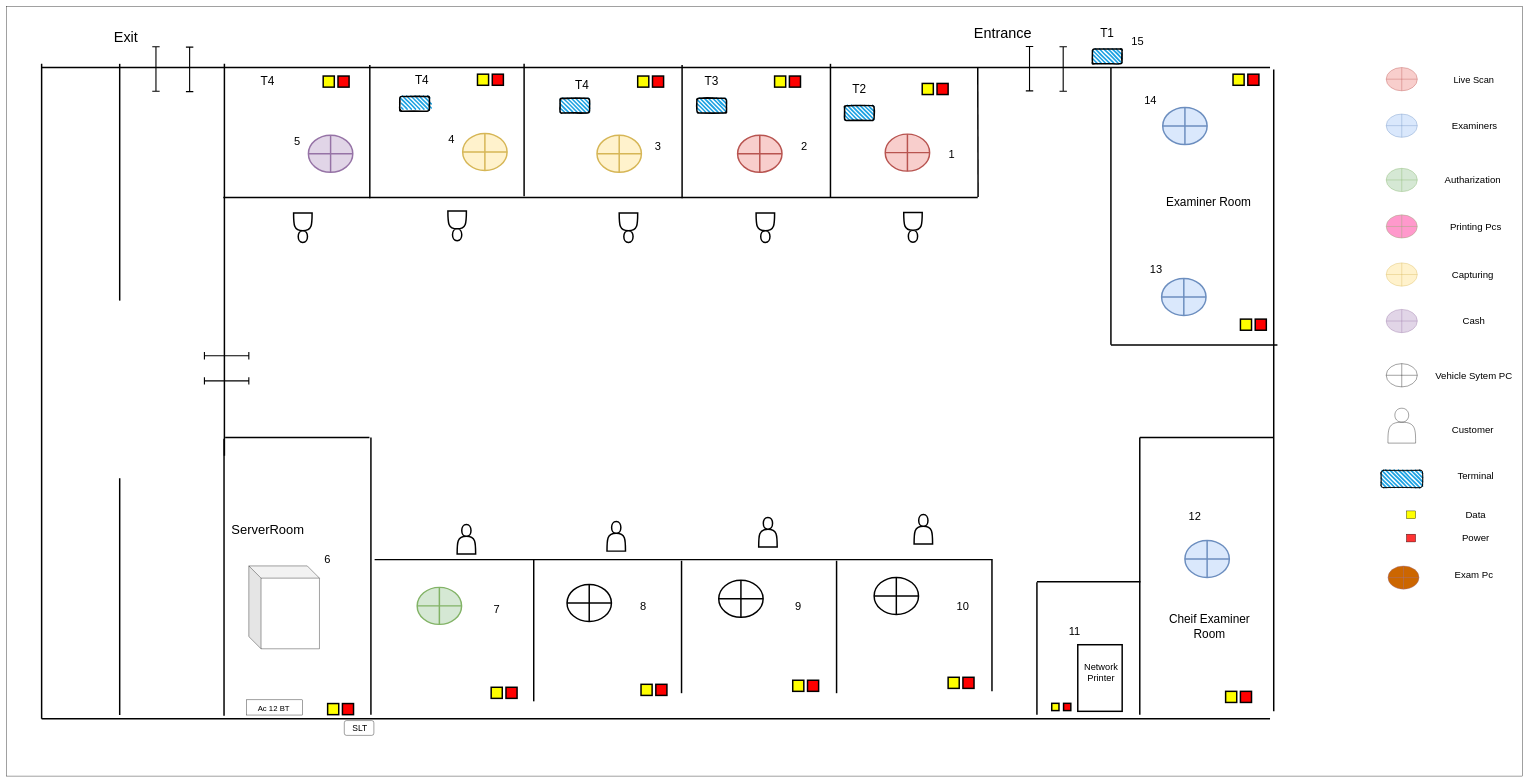
The draw.io diagram badulla.drawio in thushan-harshajeewa/dmt-diagrams, before the edit. Source tidied: cells renumbered, new cells numbered last; positions are measured from the earlier drawing's top-left corner, leaving out a move shared by most shapes. Both pictures are drawn from the tidied source at 37%, with x=0, y=0 at pixel (6, 6).
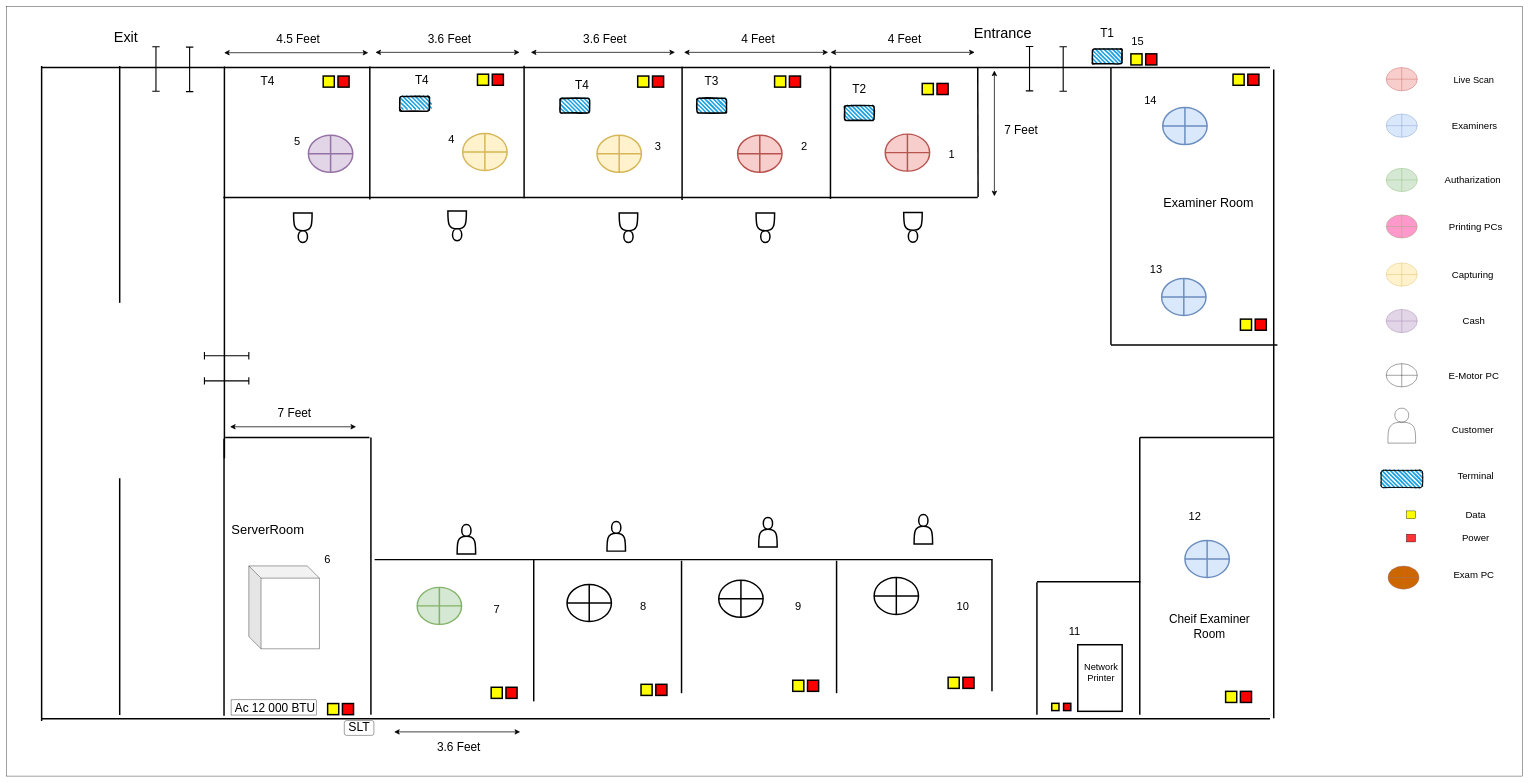
Above is the later version.

Unchanged cells that the change refers to:
```xml
<mxCell id="110" style="group;" parent="1" vertex="1">
  <mxGeometry x="3715" y="165" width="368" height="1410" as="geometry" />
</mxCell>
```

Diff of the diagram source:
```diff
@@
     <mxCell id="3" style="endArrow=none;html=1;strokeWidth=4;" parent="1" edge="1">
       <mxGeometry relative="1" as="geometry">
-        <mxPoint x="306" y="155" as="sourcePoint" />
-        <mxPoint x="306" y="795" as="targetPoint" />
+        <mxPoint x="306" y="161" as="sourcePoint" />
+        <mxPoint x="306" y="801" as="targetPoint" />
       </mxGeometry>
     </mxCell>
     <mxCell id="4" style="endArrow=none;html=1;strokeWidth=4;" parent="1" edge="1">
       <mxGeometry relative="1" as="geometry">
-        <mxPoint x="589" y="1214" as="sourcePoint" />
-        <mxPoint x="589" y="155" as="targetPoint" />
+        <mxPoint x="589" y="1221" as="sourcePoint" />
+        <mxPoint x="589" y="162" as="targetPoint" />
       </mxGeometry>
     </mxCell>
     <mxCell id="5" style="endArrow=none;html=1;strokeWidth=4;" parent="1" edge="1">
       <mxGeometry relative="1" as="geometry">
-        <mxPoint x="982" y="518" as="sourcePoint" />
-        <mxPoint x="982" y="158" as="targetPoint" />
+        <mxPoint x="982" y="522" as="sourcePoint" />
+        <mxPoint x="982" y="162" as="targetPoint" />
       </mxGeometry>
     </mxCell>
     <mxCell id="6" style="endArrow=none;html=1;strokeWidth=4;" parent="1" edge="1">
       <mxGeometry relative="1" as="geometry">
-        <mxPoint x="1826" y="518" as="sourcePoint" />
-        <mxPoint x="1826" y="158" as="targetPoint" />
+        <mxPoint x="1826" y="523" as="sourcePoint" />
+        <mxPoint x="1826" y="163" as="targetPoint" />
       </mxGeometry>
     </mxCell>
     <mxCell id="7" style="endArrow=none;html=1;strokeWidth=4;" parent="1" edge="1">
       <mxGeometry relative="1" as="geometry">
-        <mxPoint x="2227" y="515" as="sourcePoint" />
-        <mxPoint x="2227" y="155" as="targetPoint" />
+        <mxPoint x="2227" y="520" as="sourcePoint" />
+        <mxPoint x="2227" y="160" as="targetPoint" />
       </mxGeometry>
     </mxCell>
@@
     <mxCell id="29" style="endArrow=none;html=1;strokeWidth=4;" parent="1" edge="1">
       <mxGeometry relative="1" as="geometry">
-        <mxPoint x="1399" y="513" as="sourcePoint" />
-        <mxPoint x="1399" y="155" as="targetPoint" />
+        <mxPoint x="1399" y="518" as="sourcePoint" />
+        <mxPoint x="1399" y="160" as="targetPoint" />
       </mxGeometry>
     </mxCell>
@@
     <mxCell id="48" style="endArrow=none;html=1;strokeWidth=4;" parent="1" edge="1">
       <mxGeometry relative="1" as="geometry">
-        <mxPoint x="3425" y="1905" as="sourcePoint" />
+        <mxPoint x="3425" y="1924" as="sourcePoint" />
         <mxPoint x="3425" y="170" as="targetPoint" />
       </mxGeometry>
     </mxCell>
     <mxCell id="49" style="endArrow=none;html=1;strokeWidth=4;" parent="1" edge="1">
       <mxGeometry relative="1" as="geometry">
-        <mxPoint x="95" y="1925" as="sourcePoint" />
-        <mxPoint x="95" y="155" as="targetPoint" />
+        <mxPoint x="95" y="1931" as="sourcePoint" />
+        <mxPoint x="95" y="161" as="targetPoint" />
       </mxGeometry>
     </mxCell>
@@
     <mxCell id="81" style="rounded=0;whiteSpace=wrap;html=1;direction=south;" parent="1" vertex="1">
-      <mxGeometry x="649" y="1874" width="151" height="41" as="geometry" />
+      <mxGeometry x="607" y="1874" width="230" height="41" as="geometry" />
     </mxCell>
-    <mxCell id="82" value="&lt;font style=&quot;font-size: 21px;&quot;&gt;Ac 12 BT&lt;/font&gt;" style="text;html=1;align=center;verticalAlign=middle;whiteSpace=wrap;rounded=0;rotation=0;strokeWidth=2;" parent="1" vertex="1">
-      <mxGeometry x="670.8" y="1890" width="103.2" height="12" as="geometry" />
+    <mxCell id="82" value="&lt;font style=&quot;font-size: 32px;&quot;&gt;Ac 12 000 BTU&lt;/font&gt;" style="text;html=1;align=center;verticalAlign=middle;whiteSpace=wrap;rounded=0;rotation=0;strokeWidth=2;" parent="1" vertex="1">
+      <mxGeometry x="607.8" y="1890" width="236.2" height="12" as="geometry" />
     </mxCell>
-    <mxCell id="83" value="&lt;font style=&quot;font-size: 23px;&quot;&gt;SLT&lt;/font&gt;" style="text;html=1;align=center;verticalAlign=middle;whiteSpace=wrap;rounded=0;rotation=0;" parent="1" vertex="1">
-      <mxGeometry x="923.5" y="1946" width="63" height="12" as="geometry" />
+    <mxCell id="83" value="&lt;font style=&quot;font-size: 33px;&quot;&gt;SLT&lt;/font&gt;" style="text;html=1;align=center;verticalAlign=middle;whiteSpace=wrap;rounded=0;rotation=0;" parent="1" vertex="1">
+      <mxGeometry x="921.5" y="1942" width="63" height="12" as="geometry" />
     </mxCell>
@@
-    <mxCell id="95" value="&lt;font style=&quot;font-size: 32px;&quot;&gt;Examiner Room&lt;/font&gt;" style="text;html=1;align=center;verticalAlign=middle;whiteSpace=wrap;rounded=0;strokeWidth=4;" parent="1" vertex="1">
+    <mxCell id="95" value="&lt;font style=&quot;font-size: 34px;&quot;&gt;Examiner Room&lt;/font&gt;" style="text;html=1;align=center;verticalAlign=middle;whiteSpace=wrap;rounded=0;strokeWidth=4;" parent="1" vertex="1">
       <mxGeometry x="3114" y="515" width="270" height="30" as="geometry" />
     </mxCell>
@@
-    <mxCell id="122" value="&lt;font style=&quot;font-size: 26px;&quot;&gt;Vehicle Sytem PC&lt;/font&gt;" style="text;html=1;align=center;verticalAlign=middle;whiteSpace=wrap;rounded=0;" parent="110" vertex="1">
+    <mxCell id="122" value="&lt;font style=&quot;font-size: 26px;&quot;&gt;E-Motor PC&lt;/font&gt;" style="text;html=1;align=center;verticalAlign=middle;whiteSpace=wrap;rounded=0;" parent="110" vertex="1">
       <mxGeometry x="138.7" y="800.3" width="224.4" height="62.9" as="geometry" />
     </mxCell>
@@
-    <mxCell id="132" value="&lt;font style=&quot;font-size: 26px;&quot;&gt;Exam Pc&lt;/font&gt;&lt;div&gt;&lt;br&gt;&lt;/div&gt;" style="text;html=1;align=center;verticalAlign=middle;whiteSpace=wrap;rounded=0;" parent="110" vertex="1">
+    <mxCell id="132" value="&lt;font style=&quot;font-size: 26px;&quot;&gt;Exam PC&lt;/font&gt;&lt;div&gt;&lt;br&gt;&lt;/div&gt;" style="text;html=1;align=center;verticalAlign=middle;whiteSpace=wrap;rounded=0;" parent="110" vertex="1">
       <mxGeometry x="138.7" y="1347.1" width="224.4" height="62.9" as="geometry" />
     </mxCell>
-    <mxCell id="133" value="&lt;font style=&quot;font-size: 26px;&quot;&gt;Printing Pcs&lt;/font&gt;" style="text;html=1;align=center;verticalAlign=middle;whiteSpace=wrap;rounded=0;" parent="110" vertex="1">
+    <mxCell id="133" value="&lt;font style=&quot;font-size: 26px;&quot;&gt;Printing PCs&lt;/font&gt;" style="text;html=1;align=center;verticalAlign=middle;whiteSpace=wrap;rounded=0;" parent="110" vertex="1">
       <mxGeometry x="143.6" y="398.1" width="224.4" height="62.9" as="geometry" />
     </mxCell>
@@
+    <mxCell id="148" style="endArrow=classic;startArrow=classic;html=1;endSize=10;startSize=10;strokeWidth=2;" parent="1" edge="1">
+      <mxGeometry relative="1" as="geometry">
+        <mxPoint x="1831" y="124" as="sourcePoint" />
+        <mxPoint x="2221" y="124" as="targetPoint" />
+      </mxGeometry>
+    </mxCell>
+    <mxCell id="149" value="&lt;font style=&quot;font-size: 32px;&quot;&gt;4 Feet&lt;/font&gt;" style="text;html=1;align=center;verticalAlign=middle;whiteSpace=wrap;rounded=0;strokeWidth=4;" parent="1" vertex="1">
+      <mxGeometry x="1966" y="72" width="131" height="30" as="geometry" />
+    </mxCell>
+    <mxCell id="150" value="&lt;font style=&quot;font-size: 32px;&quot;&gt;4 Feet&lt;/font&gt;" style="text;html=1;align=center;verticalAlign=middle;whiteSpace=wrap;rounded=0;strokeWidth=4;" parent="1" vertex="1">
+      <mxGeometry x="2362" y="72" width="131" height="30" as="geometry" />
+    </mxCell>
+    <mxCell id="151" style="endArrow=classic;startArrow=classic;html=1;endSize=10;startSize=10;strokeWidth=2;" parent="1" edge="1">
+      <mxGeometry relative="1" as="geometry">
+        <mxPoint x="2227" y="124" as="sourcePoint" />
+        <mxPoint x="2617" y="124" as="targetPoint" />
+      </mxGeometry>
+    </mxCell>
+    <mxCell id="152" value="&lt;font style=&quot;font-size: 32px;&quot;&gt;3.6 Feet&lt;/font&gt;" style="text;html=1;align=center;verticalAlign=middle;whiteSpace=wrap;rounded=0;strokeWidth=4;" parent="1" vertex="1">
+      <mxGeometry x="1552" y="72" width="131" height="30" as="geometry" />
+    </mxCell>
+    <mxCell id="153" style="endArrow=classic;startArrow=classic;html=1;endSize=10;startSize=10;strokeWidth=2;" parent="1" edge="1">
+      <mxGeometry relative="1" as="geometry">
+        <mxPoint x="1417" y="124" as="sourcePoint" />
+        <mxPoint x="1807" y="124" as="targetPoint" />
+      </mxGeometry>
+    </mxCell>
+    <mxCell id="154" value="&lt;font style=&quot;font-size: 32px;&quot;&gt;3.6 Feet&lt;/font&gt;" style="text;html=1;align=center;verticalAlign=middle;whiteSpace=wrap;rounded=0;strokeWidth=4;" parent="1" vertex="1">
+      <mxGeometry x="1132" y="72" width="131" height="30" as="geometry" />
+    </mxCell>
+    <mxCell id="155" style="endArrow=classic;startArrow=classic;html=1;endSize=10;startSize=10;strokeWidth=2;" parent="1" edge="1">
+      <mxGeometry relative="1" as="geometry">
+        <mxPoint x="997" y="124" as="sourcePoint" />
+        <mxPoint x="1387" y="124" as="targetPoint" />
+      </mxGeometry>
+    </mxCell>
+    <mxCell id="156" value="&lt;font style=&quot;font-size: 32px;&quot;&gt;4.5 Feet&lt;/font&gt;" style="text;html=1;align=center;verticalAlign=middle;whiteSpace=wrap;rounded=0;strokeWidth=4;" parent="1" vertex="1">
+      <mxGeometry x="723" y="73" width="131" height="30" as="geometry" />
+    </mxCell>
+    <mxCell id="157" style="endArrow=classic;startArrow=classic;html=1;endSize=10;startSize=10;strokeWidth=2;" parent="1" edge="1">
+      <mxGeometry relative="1" as="geometry">
+        <mxPoint x="588" y="125" as="sourcePoint" />
+        <mxPoint x="978" y="125" as="targetPoint" />
+      </mxGeometry>
+    </mxCell>
+    <mxCell id="158" style="endArrow=classic;startArrow=classic;html=1;endSize=10;startSize=10;strokeWidth=2;" parent="1" edge="1">
+      <mxGeometry relative="1" as="geometry">
+        <mxPoint x="2670" y="173" as="sourcePoint" />
+        <mxPoint x="2670" y="513" as="targetPoint" />
+      </mxGeometry>
+    </mxCell>
+    <mxCell id="159" value="&lt;font style=&quot;font-size: 32px;&quot;&gt;7 Feet&lt;/font&gt;" style="text;html=1;align=center;verticalAlign=middle;whiteSpace=wrap;rounded=0;strokeWidth=4;" parent="1" vertex="1">
+      <mxGeometry x="2677" y="318" width="131" height="30" as="geometry" />
+    </mxCell>
+    <mxCell id="160" value="&lt;font style=&quot;font-size: 32px;&quot;&gt;7 Feet&lt;/font&gt;" style="text;html=1;align=center;verticalAlign=middle;whiteSpace=wrap;rounded=0;strokeWidth=4;" parent="1" vertex="1">
+      <mxGeometry x="713" y="1084" width="131" height="30" as="geometry" />
+    </mxCell>
+    <mxCell id="161" style="endArrow=classic;startArrow=classic;html=1;endSize=10;startSize=10;strokeWidth=2;" parent="1" edge="1">
+      <mxGeometry relative="1" as="geometry">
+        <mxPoint x="604" y="1136" as="sourcePoint" />
+        <mxPoint x="945" y="1136" as="targetPoint" />
+      </mxGeometry>
+    </mxCell>
+    <mxCell id="162" value="&lt;font style=&quot;font-size: 32px;&quot;&gt;3.6 Feet&lt;/font&gt;" style="text;html=1;align=center;verticalAlign=middle;whiteSpace=wrap;rounded=0;strokeWidth=4;" parent="1" vertex="1">
+      <mxGeometry x="1156.5" y="1986.6" width="131" height="30" as="geometry" />
+    </mxCell>
+    <mxCell id="163" style="endArrow=classic;startArrow=classic;html=1;endSize=10;startSize=10;strokeWidth=2;" parent="1" edge="1">
+      <mxGeometry relative="1" as="geometry">
+        <mxPoint x="1047.5" y="1960.6" as="sourcePoint" />
+        <mxPoint x="1388.5" y="1960.6" as="targetPoint" />
+      </mxGeometry>
+    </mxCell>
+    <mxCell id="164" style="rounded=0;whiteSpace=wrap;html=1;fillColor=#FFFF00;strokeWidth=4;" parent="1" vertex="1">
+      <mxGeometry x="3039" y="128" width="30" height="30" as="geometry" />
+    </mxCell>
+    <mxCell id="165" style="rounded=0;whiteSpace=wrap;html=1;fillColor=#FF0000;strokeWidth=4;" parent="1" vertex="1">
+      <mxGeometry x="3079" y="128" width="30" height="30" as="geometry" />
+    </mxCell>
```
